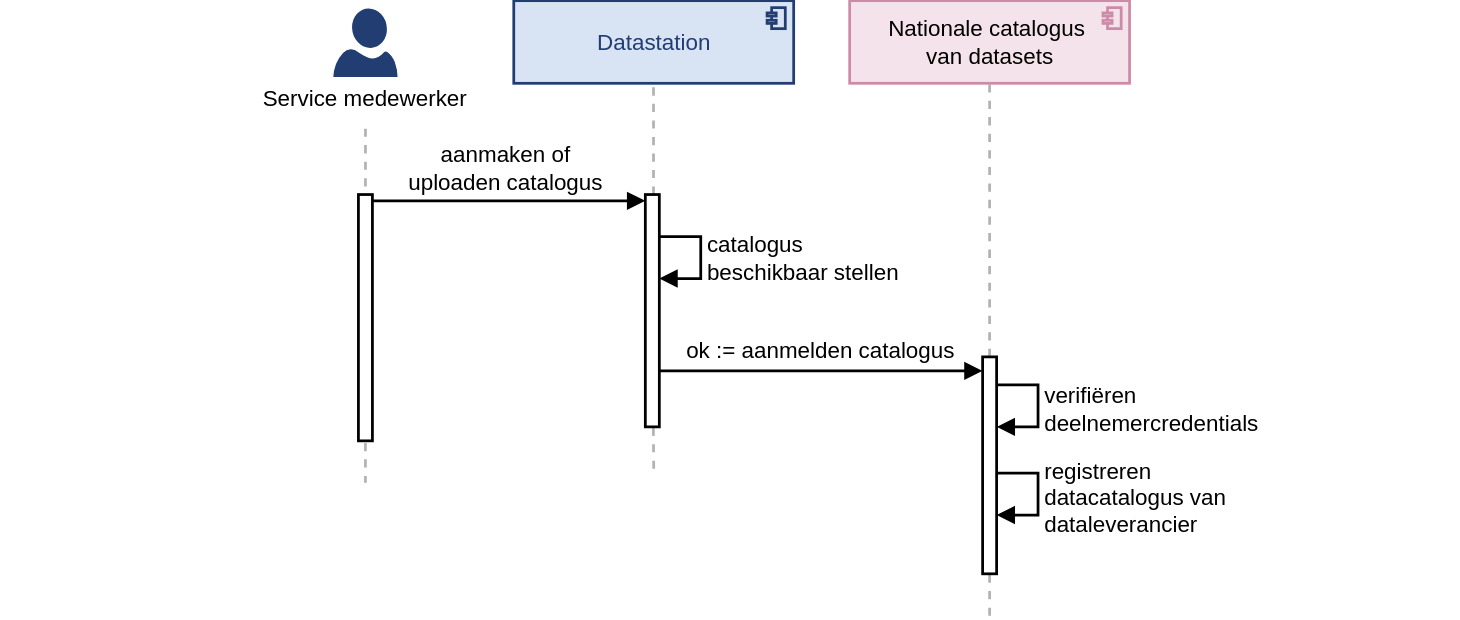
Before: docs/applicatie/laag-3/datastation-aanmelden.drawio.svg, a diagram exported from draw.io (Health-RI/data-station-specification). Source tidied: cells renumbered, new cells last; positions are measured from the earlier drawing's top-left corner, leaving out a move shared by most shapes.
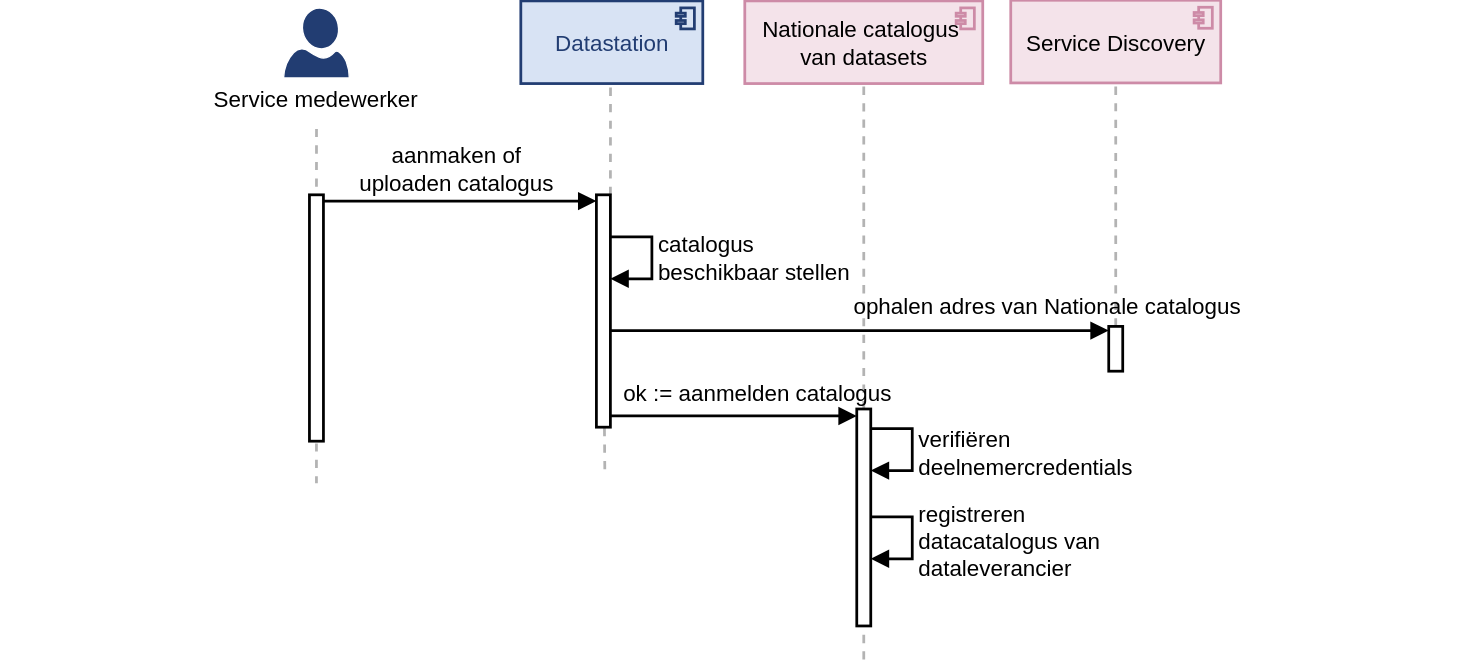
After the change.

What changed in the source:
```diff
@@ -3,56 +3,56 @@
     <mxCell id="0" />
     <mxCell id="1" parent="0" />
     <mxCell id="2" value="Nationale catalogus&amp;nbsp;&lt;div&gt;van datasets&lt;/div&gt;" style="html=1;outlineConnect=0;whiteSpace=wrap;fillColor=light-dark(#F4E3EA,#F4E3EA);shape=mxgraph.archimate3.application;appType=comp;archiType=square;fontSize=16;strokeWidth=1.9685;strokeColor=#CD8BA7;fontStyle=0;verticalAlign=middle;" parent="1" vertex="1">
-      <mxGeometry x="607" y="0.5" width="200" height="59.1" as="geometry" />
+      <mxGeometry x="532.1" y="0.5" width="170" height="59.1" as="geometry" />
     </mxCell>
     <mxCell id="3" style="rounded=0;whiteSpace=wrap;html=1;fillColor=none;strokeColor=none;" parent="1" vertex="1">
       <mxGeometry y="110" width="1042.8" height="60" as="geometry" />
     </mxCell>
     <mxCell id="4" style="sketch=0;shadow=0;dashed=0;html=1;strokeColor=#FFFFFF;labelPosition=center;verticalLabelPosition=bottom;verticalAlign=top;align=center;fillColor=#223D72;shape=mxgraph.azure.user;fontFamily=Arial;" parent="1" vertex="1">
-      <mxGeometry x="237" y="5" width="47" height="50" as="geometry" />
+      <mxGeometry x="202.1" y="5" width="47" height="50" as="geometry" />
     </mxCell>
     <mxCell id="5" value="aanmaken&amp;nbsp;&lt;span style=&quot;background-color: transparent; color: light-dark(rgb(0, 0, 0), rgb(255, 255, 255));&quot;&gt;of uploaden&amp;nbsp;&lt;/span&gt;&lt;span style=&quot;background-color: transparent; color: light-dark(rgb(0, 0, 0), rgb(255, 255, 255));&quot;&gt;catalogus&lt;/span&gt;" style="text;html=1;whiteSpace=wrap;strokeColor=none;fillColor=none;align=center;verticalAlign=middle;rounded=0;fontSize=16;" parent="1" vertex="1">
-      <mxGeometry x="264.5" y="85" width="191.5" height="70" as="geometry" />
+      <mxGeometry x="229.6" y="85" width="191.5" height="70" as="geometry" />
     </mxCell>
     <mxCell id="6" value="Datastation" style="html=1;outlineConnect=0;whiteSpace=wrap;fillColor=light-dark(#D8E3F4,#D8E3F4);shape=mxgraph.archimate3.application;appType=comp;archiType=square;fontSize=16;strokeWidth=1.9685;strokeColor=#223D72;fontColor=#223D72;fontStyle=0;verticalAlign=middle;spacingBottom=0;" parent="1" vertex="1">
-      <mxGeometry x="367" y="0.5" width="200" height="59.1" as="geometry" />
+      <mxGeometry x="372.1" y="0.5" width="130" height="59.1" as="geometry" />
     </mxCell>
     <mxCell id="7" style="endArrow=none;html=1;rounded=0;fontSize=12;startSize=8;endSize=8;curved=1;dashed=1;strokeWidth=1.9685;strokeColor=#B3B3B3;" parent="1" edge="1" source="9" target="6">
       <mxGeometry relative="1" as="geometry" />
     </mxCell>
     <mxCell id="8" style="endArrow=none;html=1;rounded=0;fontSize=12;startSize=8;endSize=8;curved=1;dashed=1;strokeWidth=1.9685;strokeColor=#B3B3B3;" parent="1" edge="1">
       <mxGeometry relative="1" as="geometry">
-        <mxPoint x="467" y="335" as="sourcePoint" />
-        <mxPoint x="466" y="219" as="targetPoint" />
+        <mxPoint x="432.1" y="335" as="sourcePoint" />
+        <mxPoint x="431.1" y="219" as="targetPoint" />
       </mxGeometry>
     </mxCell>
     <mxCell id="9" style="html=1;points=[[0,0,0,0,5],[0,1,0,0,-5],[1,0,0,0,5],[1,1,0,0,-5]];perimeter=orthogonalPerimeter;outlineConnect=0;targetShapes=umlLifeline;portConstraint=eastwest;newEdgeStyle={&quot;curved&quot;:0,&quot;rounded&quot;:0};strokeWidth=1.9685;" parent="1" vertex="1">
-      <mxGeometry x="461" y="139" width="10" height="166" as="geometry" />
+      <mxGeometry x="426.1" y="139" width="10" height="166" as="geometry" />
     </mxCell>
     <mxCell id="10" style="endArrow=none;html=1;rounded=0;fontSize=12;startSize=8;endSize=8;curved=1;dashed=1;strokeWidth=1.9685;strokeColor=#B3B3B3;exitX=-0.018;exitY=0.1;exitDx=0;exitDy=0;exitPerimeter=0;" parent="1" edge="1" source="5">
       <mxGeometry relative="1" as="geometry">
-        <mxPoint x="261" y="345" as="targetPoint" />
+        <mxPoint x="226.1" y="345" as="targetPoint" />
         <Array as="points">
-          <mxPoint x="261" y="115" />
+          <mxPoint x="226.1" y="115" />
         </Array>
       </mxGeometry>
     </mxCell>
     <mxCell id="11" style="html=1;verticalAlign=bottom;endArrow=block;curved=0;rounded=0;fontSize=16;startSize=8;endSize=8;strokeWidth=1.9685;" parent="1" edge="1">
       <mxGeometry relative="1" as="geometry">
-        <mxPoint x="264.5" y="143.5" as="sourcePoint" />
-        <mxPoint x="461" y="143.5" as="targetPoint" />
+        <mxPoint x="229.6" y="143.5" as="sourcePoint" />
+        <mxPoint x="426.1" y="143.5" as="targetPoint" />
       </mxGeometry>
     </mxCell>
     <mxCell id="12" value="Service medewerker" style="text;html=1;whiteSpace=wrap;strokeColor=none;fillColor=none;align=center;verticalAlign=middle;rounded=0;fontSize=16;fontFamily=Arial;" parent="1" vertex="1">
-      <mxGeometry x="184.9" y="55" width="151.1" height="30" as="geometry" />
+      <mxGeometry x="150" y="55" width="151.1" height="30" as="geometry" />
     </mxCell>
     <mxCell id="13" value="catalogus&amp;nbsp;&lt;div&gt;beschikbaar stellen&lt;/div&gt;" style="html=1;align=left;spacingLeft=2;endArrow=block;rounded=0;edgeStyle=orthogonalEdgeStyle;curved=0;rounded=0;fontSize=16;startSize=8;endSize=8;strokeWidth=1.9685;" parent="1" edge="1">
       <mxGeometry x="0.01" relative="1" as="geometry">
-        <mxPoint x="471" y="169" as="sourcePoint" />
-        <mxPoint x="471" y="199" as="targetPoint" />
+        <mxPoint x="436.1" y="169" as="sourcePoint" />
+        <mxPoint x="436.1" y="199" as="targetPoint" />
         <Array as="points">
-          <mxPoint x="500.6" y="169" />
-          <mxPoint x="500.6" y="199" />
+          <mxPoint x="465.7" y="169" />
+          <mxPoint x="465.7" y="199" />
         </Array>
       </mxGeometry>
     </mxCell>
@@ -60,44 +60,62 @@
       <mxGeometry relative="1" as="geometry" />
     </mxCell>
     <mxCell id="15" style="html=1;perimeter=orthogonalPerimeter;targetShapes=umlLifeline;newEdgeStyle={&quot;curved&quot;:0,&quot;rounded&quot;:0};strokeWidth=1.9685;" parent="1" vertex="1">
-      <mxGeometry x="256" y="139" width="10" height="176" as="geometry" />
+      <mxGeometry x="221.1" y="139" width="10" height="176" as="geometry" />
     </mxCell>
     <mxCell id="16" style="endArrow=none;html=1;rounded=0;fontSize=12;startSize=8;endSize=8;curved=1;dashed=1;strokeWidth=1.9685;strokeColor=#B3B3B3;" parent="1" edge="1" target="17">
       <mxGeometry relative="1" as="geometry">
-        <mxPoint x="707" y="440" as="sourcePoint" />
+        <mxPoint x="617.1" y="471" as="sourcePoint" />
       </mxGeometry>
     </mxCell>
     <mxCell id="17" style="html=1;points=[[0,0,0,0,5],[0,1,0,0,-5],[1,0,0,0,5],[1,1,0,0,-5]];perimeter=orthogonalPerimeter;outlineConnect=0;targetShapes=umlLifeline;portConstraint=eastwest;newEdgeStyle={&quot;curved&quot;:0,&quot;rounded&quot;:0};strokeWidth=1.9685;" parent="1" vertex="1">
-      <mxGeometry x="702" y="255" width="10" height="155" as="geometry" />
+      <mxGeometry x="612.1" y="292" width="10" height="155" as="geometry" />
     </mxCell>
-    <mxCell id="18" style="html=1;verticalAlign=bottom;endArrow=block;curved=0;rounded=0;fontSize=16;startSize=8;endSize=8;strokeWidth=1.9685;entryX=0;entryY=0;entryDx=0;entryDy=5;entryPerimeter=0;" parent="1" edge="1">
+    <mxCell id="18" style="html=1;verticalAlign=bottom;endArrow=block;curved=0;rounded=0;fontSize=16;startSize=8;endSize=8;strokeWidth=1.9685;" parent="1" edge="1">
       <mxGeometry relative="1" as="geometry">
-        <mxPoint x="471" y="265" as="sourcePoint" />
-        <mxPoint x="702" y="265" as="targetPoint" />
+        <mxPoint x="436.1" y="297" as="sourcePoint" />
+        <mxPoint x="612.1" y="297" as="targetPoint" />
       </mxGeometry>
     </mxCell>
     <mxCell id="19" value="ok := aanmelden catalogus" style="text;html=1;whiteSpace=wrap;strokeColor=none;fillColor=none;align=center;verticalAlign=middle;rounded=0;fontSize=16;" parent="1" vertex="1">
-      <mxGeometry x="471" y="230" width="230" height="40" as="geometry" />
+      <mxGeometry x="426.1" y="260" width="230" height="40" as="geometry" />
     </mxCell>
     <mxCell id="20" value="verifiëren&amp;nbsp;&lt;div&gt;deelnemercredentials&lt;/div&gt;" style="html=1;align=left;spacingLeft=2;endArrow=block;rounded=0;edgeStyle=orthogonalEdgeStyle;curved=0;rounded=0;fontSize=16;startSize=8;endSize=8;strokeWidth=1.9685;" parent="1" edge="1">
       <mxGeometry x="0.06" relative="1" as="geometry">
-        <mxPoint x="712" y="275" as="sourcePoint" />
-        <mxPoint x="712" y="305" as="targetPoint" />
+        <mxPoint x="622.1" y="306" as="sourcePoint" />
+        <mxPoint x="622.1" y="336" as="targetPoint" />
         <Array as="points">
-          <mxPoint x="741.6" y="275" />
-          <mxPoint x="741.6" y="305" />
+          <mxPoint x="651.7" y="306" />
+          <mxPoint x="651.7" y="336" />
         </Array>
       </mxGeometry>
     </mxCell>
     <mxCell id="21" value="registreren&amp;nbsp;&lt;div&gt;datacatalogus van&amp;nbsp;&lt;div&gt;dataleverancier&lt;/div&gt;&lt;/div&gt;" style="html=1;align=left;spacingLeft=2;endArrow=block;rounded=0;edgeStyle=orthogonalEdgeStyle;curved=0;rounded=0;fontSize=16;startSize=8;endSize=8;strokeWidth=1.9685;" parent="1" edge="1">
       <mxGeometry x="0.06" relative="1" as="geometry">
-        <mxPoint x="712" y="338" as="sourcePoint" />
-        <mxPoint x="712" y="368" as="targetPoint" />
+        <mxPoint x="622.1" y="369" as="sourcePoint" />
+        <mxPoint x="622.1" y="399" as="targetPoint" />
         <Array as="points">
-          <mxPoint x="741.6" y="338" />
-          <mxPoint x="741.6" y="368" />
+          <mxPoint x="651.7" y="369" />
+          <mxPoint x="651.7" y="399" />
         </Array>
       </mxGeometry>
     </mxCell>
+    <mxCell id="22" value="Service Discovery" style="html=1;outlineConnect=0;whiteSpace=wrap;fillColor=light-dark(#F4E3EA,#F4E3EA);shape=mxgraph.archimate3.application;appType=comp;archiType=square;fontSize=16;strokeWidth=1.9685;strokeColor=#CD8BA7;fontStyle=0;verticalAlign=middle;" parent="1" vertex="1">
+      <mxGeometry x="722.1" width="150" height="59" as="geometry" />
+    </mxCell>
+    <mxCell id="23" style="endArrow=none;html=1;rounded=0;fontSize=12;startSize=8;endSize=8;curved=1;dashed=1;strokeWidth=1.9685;strokeColor=#B3B3B3;" parent="1" edge="1" source="24" target="22">
+      <mxGeometry relative="1" as="geometry" />
+    </mxCell>
+    <mxCell id="24" style="html=1;points=[[0,0,0,0,5],[0,1,0,0,-5],[1,0,0,0,5],[1,1,0,0,-5]];perimeter=orthogonalPerimeter;outlineConnect=0;targetShapes=umlLifeline;portConstraint=eastwest;newEdgeStyle={&quot;curved&quot;:0,&quot;rounded&quot;:0};strokeWidth=1.9685;" parent="1" vertex="1">
+      <mxGeometry x="792.1" y="233" width="10" height="32" as="geometry" />
+    </mxCell>
+    <mxCell id="25" style="html=1;verticalAlign=bottom;endArrow=block;curved=0;rounded=0;fontSize=16;startSize=8;endSize=8;strokeWidth=1.9685;" parent="1" edge="1">
+      <mxGeometry relative="1" as="geometry">
+        <mxPoint x="436.1" y="236" as="sourcePoint" />
+        <mxPoint x="792.1" y="236" as="targetPoint" />
+      </mxGeometry>
+    </mxCell>
+    <mxCell id="26" value="ophalen adres van Nationale catalogus" style="text;html=1;whiteSpace=wrap;strokeColor=none;fillColor=none;align=center;verticalAlign=middle;rounded=0;fontSize=16;" parent="1" vertex="1">
+      <mxGeometry x="603.1" y="198" width="290" height="40" as="geometry" />
+    </mxCell>
   </root>
 </mxGraphModel>
```
